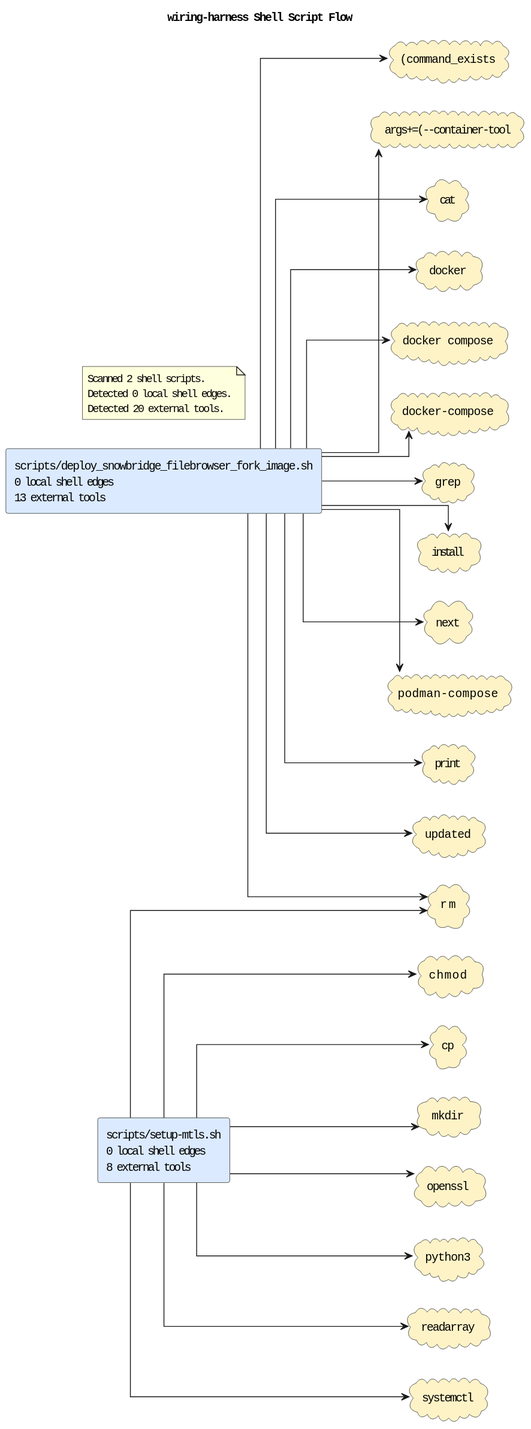
Earlier version of the PlantUML export docs/diagrams/shell-call-graph.puml.svg (casonk/wiring-harness).
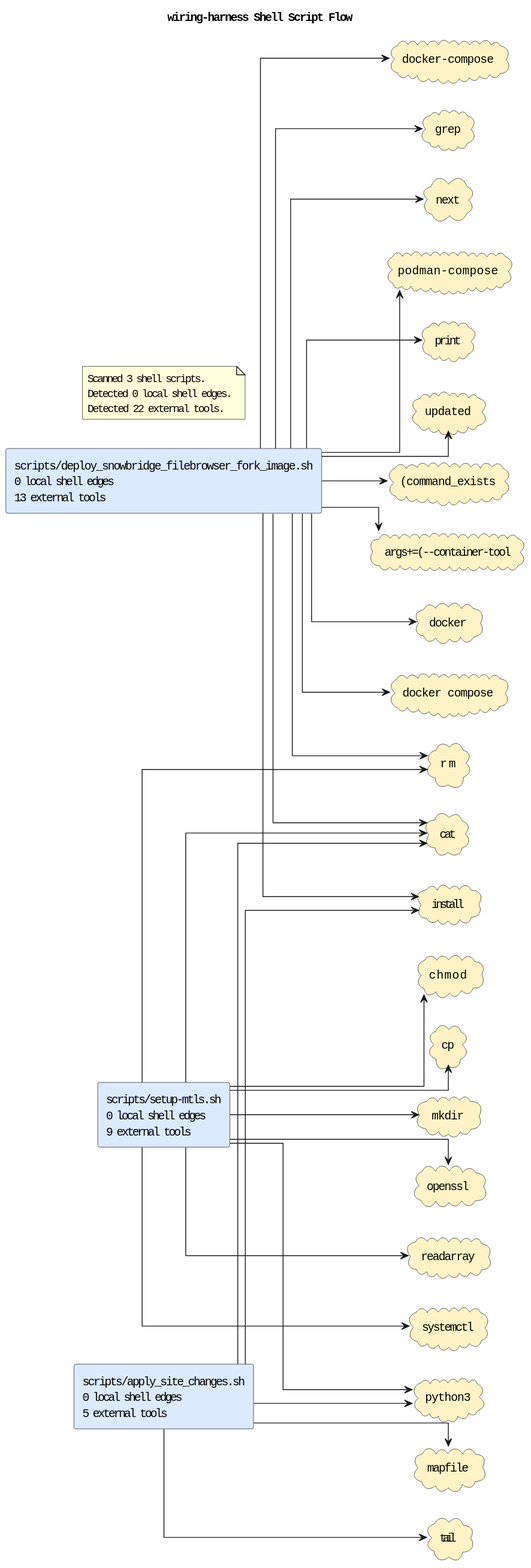
The same diagram one commit later.

Diff of the diagram source:
```diff
@@ -5,8 +5,9 @@
 skinparam defaultFontName Monospace
 skinparam componentStyle rectangle
 skinparam linetype ortho
+rectangle "scripts/apply_site_changes.sh\n0 local shell edges\n5 external tools" as shell_scripts_apply_site_changes_sh #DBEAFE
 rectangle "scripts/deploy_snowbridge_filebrowser_fork_image.sh\n0 local shell edges\n13 external tools" as shell_scripts_deploy_snowbridge_filebrowser_fork_image_sh #DBEAFE
-rectangle "scripts/setup-mtls.sh\n0 local shell edges\n8 external tools" as shell_scripts_setup_mtls_sh #DBEAFE
+rectangle "scripts/setup-mtls.sh\n0 local shell edges\n9 external tools" as shell_scripts_setup_mtls_sh #DBEAFE
 cloud "(command_exists" as tool_command_exists #FEF3C7
 cloud "args+=(--container-tool" as tool_args_container_tool #FEF3C7
 cloud "cat" as tool_cat #FEF3C7
@@ -17,6 +18,7 @@
 cloud "docker-compose" as tool_docker_compose_2 #FEF3C7
 cloud "grep" as tool_grep #FEF3C7
 cloud "install" as tool_install #FEF3C7
+cloud "mapfile" as tool_mapfile #FEF3C7
 cloud "mkdir" as tool_mkdir #FEF3C7
 cloud "next" as tool_next #FEF3C7
 cloud "openssl" as tool_openssl #FEF3C7
@@ -26,7 +28,13 @@
 cloud "readarray" as tool_readarray #FEF3C7
 cloud "rm" as tool_rm #FEF3C7
 cloud "systemctl" as tool_systemctl #FEF3C7
+cloud "tail" as tool_tail #FEF3C7
 cloud "updated" as tool_updated #FEF3C7
+shell_scripts_apply_site_changes_sh --> tool_cat
+shell_scripts_apply_site_changes_sh --> tool_install
+shell_scripts_apply_site_changes_sh --> tool_mapfile
+shell_scripts_apply_site_changes_sh --> tool_python3
+shell_scripts_apply_site_changes_sh --> tool_tail
 shell_scripts_deploy_snowbridge_filebrowser_fork_image_sh --> tool_command_exists
 shell_scripts_deploy_snowbridge_filebrowser_fork_image_sh --> tool_args_container_tool
 shell_scripts_deploy_snowbridge_filebrowser_fork_image_sh --> tool_cat
@@ -40,6 +48,7 @@
 shell_scripts_deploy_snowbridge_filebrowser_fork_image_sh --> tool_print
 shell_scripts_deploy_snowbridge_filebrowser_fork_image_sh --> tool_rm
 shell_scripts_deploy_snowbridge_filebrowser_fork_image_sh --> tool_updated
+shell_scripts_setup_mtls_sh --> tool_cat
 shell_scripts_setup_mtls_sh --> tool_chmod
 shell_scripts_setup_mtls_sh --> tool_cp
 shell_scripts_setup_mtls_sh --> tool_mkdir
@@ -49,8 +58,8 @@
 shell_scripts_setup_mtls_sh --> tool_rm
 shell_scripts_setup_mtls_sh --> tool_systemctl
 note as shellGraphSummary
-Scanned 2 shell scripts.
+Scanned 3 shell scripts.
 Detected 0 local shell edges.
-Detected 20 external tools.
+Detected 22 external tools.
 end note
 @enduml
```
